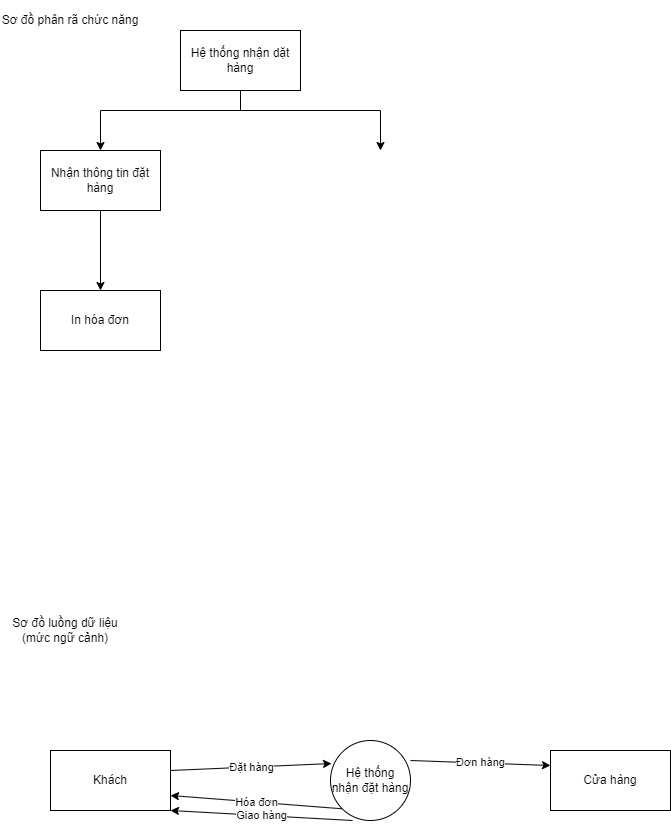
InfiniteByte1811/branch1 keeps this draw.io diagram as DFD3.png. Above is the earlier version. Source tidied: cells renumbered, new cells last; positions are measured from the earlier drawing's top-left corner, leaving out a move shared by most shapes.
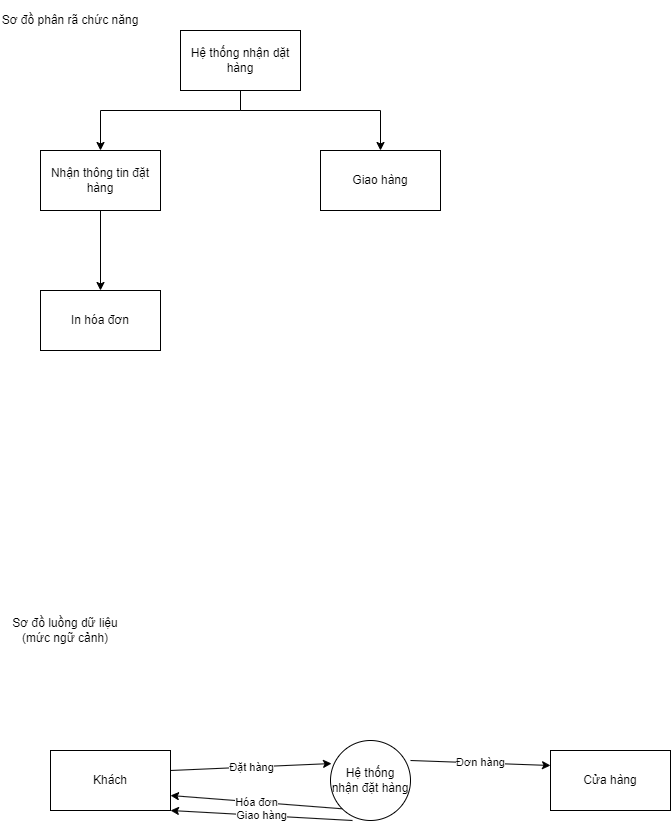
After the commit.

Commit message:
Cập nhật DFD3.png

The edit, as a diff of the source:
```diff
@@ -64,5 +64,8 @@
     <mxCell id="16" value="In hóa đơn" style="rounded=0;whiteSpace=wrap;html=1;" parent="1" vertex="1">
       <mxGeometry x="40" y="290" width="120" height="60" as="geometry" />
     </mxCell>
+    <mxCell id="17" value="Giao hàng" style="rounded=0;whiteSpace=wrap;html=1;" parent="1" vertex="1">
+      <mxGeometry x="320" y="150" width="120" height="60" as="geometry" />
+    </mxCell>
   </root>
 </mxGraphModel>
```
